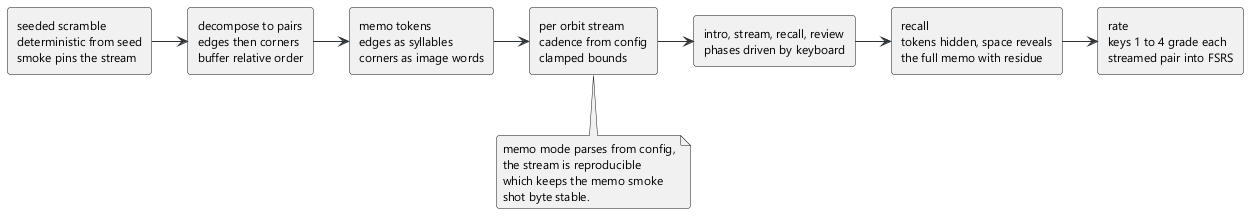
lavantien/blind-trainer keeps this PlantUML diagram as docs/diagrams/08-memo-flow.png. Above is the earlier version.
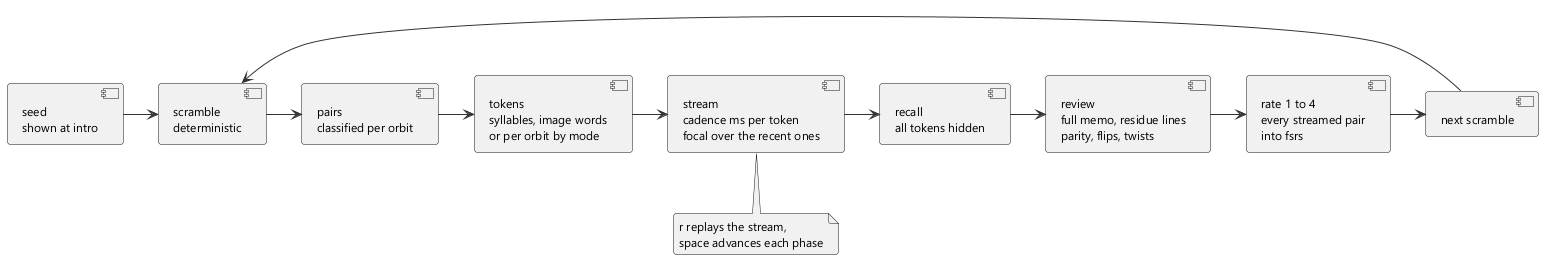
Later version of the same file.

What changed in the source:
```diff
@@ -5,23 +5,26 @@
 skinparam roundCorner 6
 skinparam ArrowColor #2f3439
 skinparam NoteBackgroundColor #f4f5f6
-rectangle "seeded scramble\ndeterministic from seed\nsmoke pins the stream" as scramble
-rectangle "decompose to pairs\nedges then corners\nbuffer relative order" as pairs
-rectangle "memo tokens\nedges as syllables\ncorners as image words" as tokens
-rectangle "per orbit stream\ncadence from config\nclamped bounds" as stream
-rectangle "intro, stream, recall, review\nphases driven by keyboard" as phases
-rectangle "recall\ntokens hidden, space reveals\nthe full memo with residue" as recall
-rectangle "rate\nkeys 1 to 4 grade each\nstreamed pair into FSRS" as rate
+component "seed\nshown at intro" as seed
+component "scramble\ndeterministic" as scramble
+component "pairs\nclassified per orbit" as pairs
+component "tokens\nsyllables, image words\nor per orbit by mode" as tokens
+component "stream\ncadence ms per token\nfocal over the recent ones" as stream
+component "recall\nall tokens hidden" as recall
+component "review\nfull memo, residue lines\nparity, flips, twists" as review
+component "rate 1 to 4\nevery streamed pair\ninto fsrs" as rate
+component "next scramble" as next
+seed -> scramble
 scramble -> pairs
 pairs -> tokens
 tokens -> stream
-stream -> phases
-phases -> recall
-recall -> rate
+stream -> recall
+recall -> review
+review -> rate
+rate -> next
+next -> scramble
 note bottom of stream
-  memo mode parses from config,
-  the stream is reproducible
-  which keeps the memo smoke
-  shot byte stable.
+  r replays the stream,
+  space advances each phase
 end note
 @enduml
```
